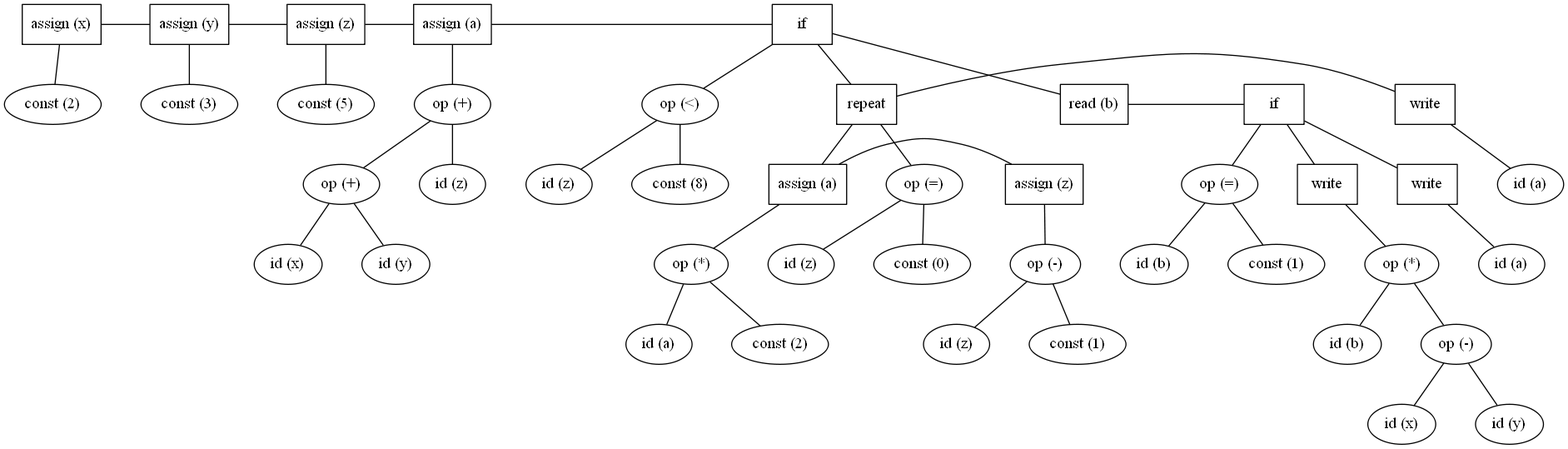
Before: dist/tree.gv.png, a diagram exported from Graphviz (Abdullah-A-Elsayed/TinyParser). Its source is kept beside it as dist/tree.gv. The source it was exported from:
```dot
graph tree {
	ordering=out
	nodesep="0.5;"
	{
		rank=same
		0 [label="assign (x)" shape=rectangle]
		2 [label="assign (y)" shape=rectangle]
		4 [label="assign (z)" shape=rectangle]
		6 [label="assign (a)" shape=rectangle]
		12 [label=if shape=rectangle]
	}
	{
		rank=same
		1 [label="const (2)" shape=""]
		3 [label="const (3)" shape=""]
		5 [label="const (5)" shape=""]
		10 [label="op (+)" shape=""]
		14 [label="op (<)" shape=""]
		16 [label=repeat shape=rectangle]
		28 [label=write shape=rectangle]
		30 [label="read (b)" shape=rectangle]
		31 [label=if shape=rectangle]
	}
	{
		rank=same
		8 [label="op (+)" shape=""]
		11 [label="id (z)" shape=""]
		13 [label="id (z)" shape=""]
		15 [label="const (8)" shape=""]
		17 [label="assign (a)" shape=rectangle]
		21 [label="assign (z)" shape=rectangle]
		26 [label="op (=)" shape=""]
		29 [label="id (a)" shape=""]
		33 [label="op (=)" shape=""]
		35 [label=write shape=rectangle]
		41 [label=write shape=rectangle]
	}
	{
		rank=same
		7 [label="id (x)" shape=""]
		9 [label="id (y)" shape=""]
		19 [label="op (*)" shape=""]
		23 [label="op (-)" shape=""]
		25 [label="id (z)" shape=""]
		27 [label="const (0)" shape=""]
		32 [label="id (b)" shape=""]
		34 [label="const (1)" shape=""]
		37 [label="op (*)" shape=""]
		42 [label="id (a)" shape=""]
	}
	{
		rank=same
		18 [label="id (a)" shape=""]
		20 [label="const (2)" shape=""]
		22 [label="id (z)" shape=""]
		24 [label="const (1)" shape=""]
		36 [label="id (b)" shape=""]
		39 [label="op (-)" shape=""]
	}
	{
		rank=same
		38 [label="id (x)" shape=""]
		40 [label="id (y)" shape=""]
	}
	0 -- 1
	0 -- 2
	2 -- 3
	2 -- 4
	4 -- 5
	4 -- 6
	8 -- 7
	10 -- 8
	8 -- 9
	6 -- 10
	10 -- 11
	6 -- 12
	14 -- 13
	12 -- 14
	14 -- 15
	12 -- 16
	16 -- 17
	19 -- 18
	17 -- 19
	19 -- 20
	17 -- 21
	23 -- 22
	21 -- 23
	23 -- 24
	26 -- 25
	16 -- 26
	26 -- 27
	16 -- 28
	28 -- 29
	12 -- 30
	30 -- 31
	33 -- 32
	31 -- 33
	33 -- 34
	31 -- 35
	37 -- 36
	35 -- 37
	39 -- 38
	37 -- 39
	39 -- 40
	31 -- 41
	41 -- 42
}
```
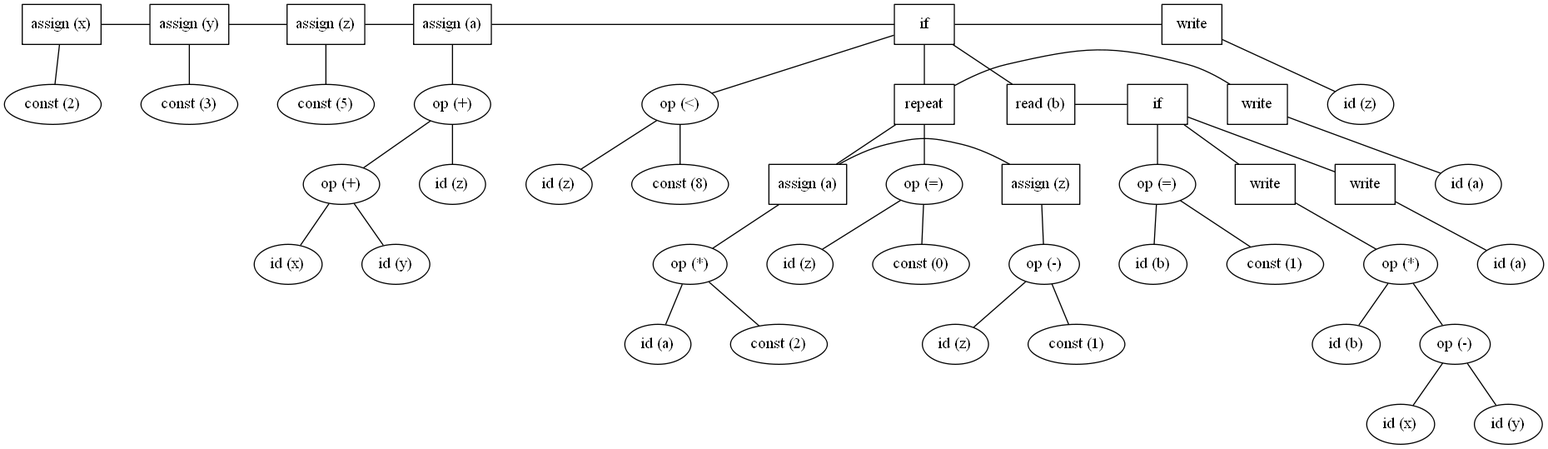
Above is the later version.

What changed in the source:
```diff
@@ -8,6 +8,7 @@
 		4 [label="assign (z)" shape=rectangle]
 		6 [label="assign (a)" shape=rectangle]
 		12 [label=if shape=rectangle]
+		43 [label=write shape=rectangle]
 	}
 	{
 		rank=same
@@ -20,6 +21,7 @@
 		28 [label=write shape=rectangle]
 		30 [label="read (b)" shape=rectangle]
 		31 [label=if shape=rectangle]
+		44 [label="id (z)" shape=""]
 	}
 	{
 		rank=same
@@ -104,4 +106,6 @@
 	39 -- 40
 	31 -- 41
 	41 -- 42
+	12 -- 43
+	43 -- 44
 }
```
